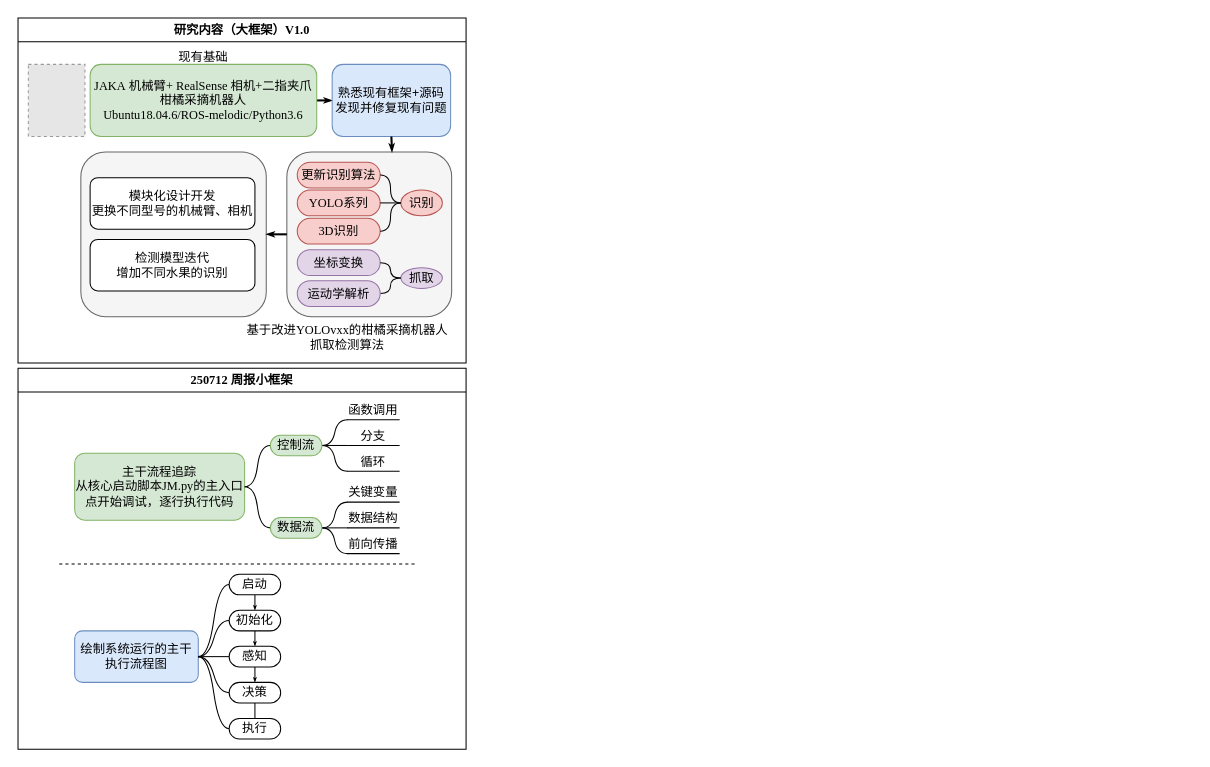
songshimiao/Figure_Chart keeps this draw.io diagram as Orange_robot.drawio. Above is the earlier version. Source tidied: cells renumbered, new cells numbered last; positions are measured from the earlier drawing's top-left corner, leaving out a move shared by most shapes. Both pictures are drawn from the tidied source at 103%, with x=0, y=0 at pixel (18, 18). Pictures stored in the file or linked from it are replaced by grey dashed boxes.
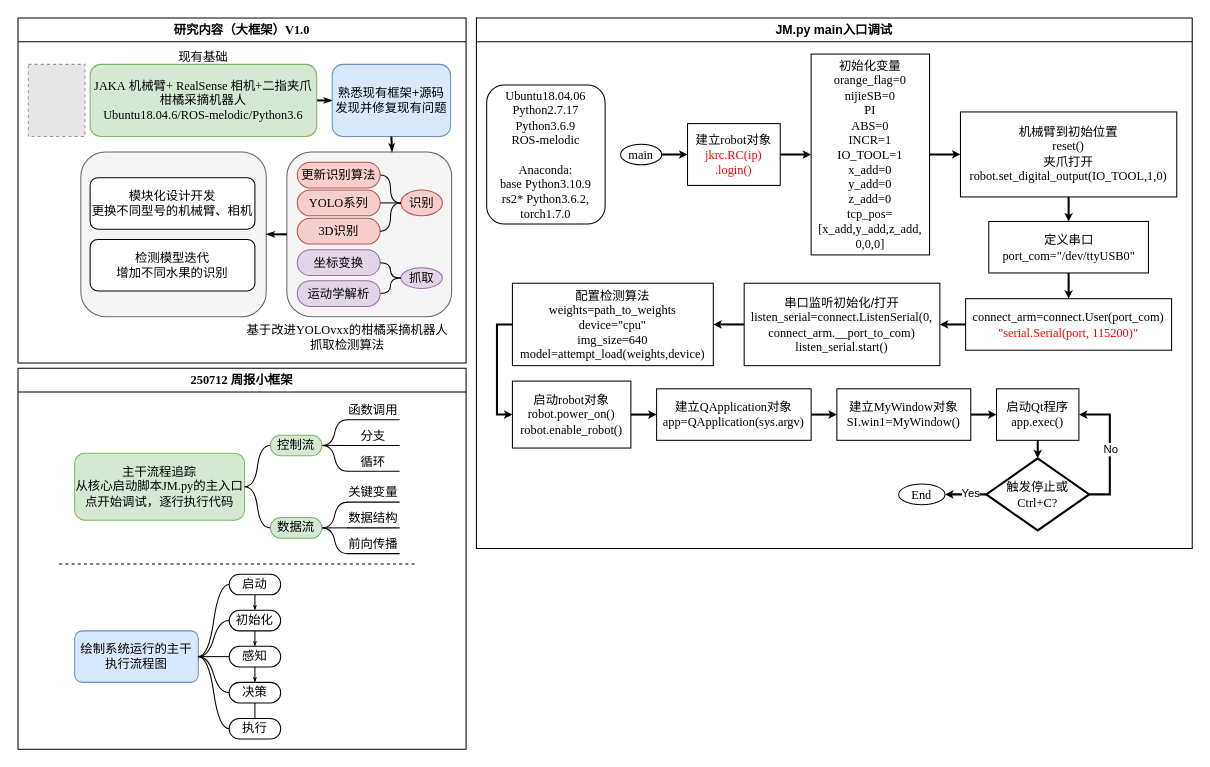
Above is the later version.

Commit message (it also covers changes not shown here):
"增加了JM.py的调试流程图"

What changed in the source:
```diff
@@
+    <mxCell id="74" value="JM.py main入口调试" style="swimlane;whiteSpace=wrap;html=1;" parent="1" vertex="1">
+      <mxGeometry x="445" width="695" height="515" as="geometry" />
+    </mxCell>
+    <mxCell id="75" style="group;" parent="74" vertex="1">
+      <mxGeometry x="10" y="35" width="670" height="462.5" as="geometry" />
+    </mxCell>
+    <mxCell id="76" value="&lt;font face=&quot;Times New Roman&quot;&gt;Ubuntu18.04.06&lt;/font&gt;&lt;div&gt;&lt;font face=&quot;Times New Roman&quot;&gt;Python2.7.17&lt;/font&gt;&lt;/div&gt;&lt;div&gt;&lt;font face=&quot;Times New Roman&quot;&gt;Python3.6.9&lt;/font&gt;&lt;/div&gt;&lt;div&gt;&lt;font face=&quot;Times New Roman&quot;&gt;ROS-melodic&lt;/font&gt;&lt;/div&gt;&lt;div&gt;&lt;font face=&quot;Times New Roman&quot;&gt;&lt;br&gt;&lt;/font&gt;&lt;/div&gt;&lt;div&gt;&lt;font face=&quot;Times New Roman&quot;&gt;Anaconda:&lt;/font&gt;&lt;/div&gt;&lt;div&gt;&lt;font face=&quot;Times New Roman&quot;&gt;base Python3.10.9&lt;/font&gt;&lt;/div&gt;&lt;div&gt;&lt;font face=&quot;Times New Roman&quot;&gt;rs2* Python3.6.2,&lt;/font&gt;&lt;/div&gt;&lt;div&gt;&lt;font face=&quot;Times New Roman&quot;&gt;torch1.7.0&lt;/font&gt;&lt;/div&gt;" style="rounded=1;whiteSpace=wrap;html=1;" parent="75" vertex="1">
+      <mxGeometry y="30" width="115" height="135" as="geometry" />
+    </mxCell>
+    <mxCell id="77" style="edgeStyle=orthogonalEdgeStyle;rounded=0;jettySize=auto;html=1;exitX=1;exitY=0.5;exitDx=0;exitDy=0;entryX=0;entryY=0.5;entryDx=0;entryDy=0;strokeWidth=2;endSize=2;" parent="75" edge="1" source="78" target="80">
+      <mxGeometry relative="1" as="geometry" />
+    </mxCell>
+    <mxCell id="78" value="&lt;font face=&quot;Times New Roman&quot;&gt;main&lt;/font&gt;" style="ellipse;whiteSpace=wrap;html=1;" parent="75" vertex="1">
+      <mxGeometry x="130" y="87.5" width="40" height="20" as="geometry" />
+    </mxCell>
+    <mxCell id="79" style="edgeStyle=orthogonalEdgeStyle;rounded=0;jettySize=auto;html=1;exitX=1;exitY=0.5;exitDx=0;exitDy=0;entryX=0;entryY=0.5;entryDx=0;entryDy=0;strokeWidth=2;endSize=2;" parent="75" edge="1" source="80" target="82">
+      <mxGeometry relative="1" as="geometry" />
+    </mxCell>
+    <mxCell id="80" value="&lt;font face=&quot;宋体&quot;&gt;建立&lt;/font&gt;&lt;font face=&quot;Times New Roman&quot;&gt;robot&lt;/font&gt;&lt;font face=&quot;宋体&quot;&gt;对象&lt;/font&gt;&lt;div&gt;&lt;font style=&quot;color: rgb(255, 0, 0);&quot; face=&quot;Times New Roman&quot;&gt;jkrc.RC(ip)&lt;/font&gt;&lt;/div&gt;&lt;div&gt;&lt;font style=&quot;color: rgb(255, 0, 0);&quot; face=&quot;Times New Roman&quot;&gt;.login()&lt;/font&gt;&lt;/div&gt;" style="rounded=0;whiteSpace=wrap;html=1;" parent="75" vertex="1">
+      <mxGeometry x="195" y="67.5" width="90" height="60" as="geometry" />
+    </mxCell>
+    <mxCell id="81" style="edgeStyle=orthogonalEdgeStyle;rounded=0;jettySize=auto;html=1;exitX=1;exitY=0.5;exitDx=0;exitDy=0;entryX=0;entryY=0.5;entryDx=0;entryDy=0;strokeWidth=2;endSize=2;" parent="75" edge="1" source="82" target="84">
+      <mxGeometry relative="1" as="geometry" />
+    </mxCell>
+    <mxCell id="82" value="&lt;font face=&quot;宋体&quot;&gt;初始化变量&lt;/font&gt;&lt;div&gt;&lt;font face=&quot;Times New Roman&quot;&gt;orange_flag=0&lt;/font&gt;&lt;/div&gt;&lt;div&gt;&lt;font face=&quot;Times New Roman&quot;&gt;nijieSB=0&lt;/font&gt;&lt;/div&gt;&lt;div&gt;&lt;font face=&quot;Times New Roman&quot;&gt;PI&lt;/font&gt;&lt;/div&gt;&lt;div&gt;&lt;font face=&quot;Times New Roman&quot;&gt;ABS=0&lt;/font&gt;&lt;/div&gt;&lt;div&gt;&lt;font face=&quot;Times New Roman&quot;&gt;INCR=1&lt;/font&gt;&lt;/div&gt;&lt;div&gt;&lt;font face=&quot;Times New Roman&quot;&gt;IO_TOOL=1&lt;/font&gt;&lt;/div&gt;&lt;div&gt;&lt;font face=&quot;Times New Roman&quot;&gt;x_add=0&lt;/font&gt;&lt;/div&gt;&lt;div&gt;&lt;font face=&quot;Times New Roman&quot;&gt;y_add=0&lt;/font&gt;&lt;/div&gt;&lt;div&gt;&lt;font face=&quot;Times New Roman&quot;&gt;z_add=0&lt;/font&gt;&lt;/div&gt;&lt;div&gt;&lt;font face=&quot;Times New Roman&quot;&gt;tcp_pos=&lt;/font&gt;&lt;/div&gt;&lt;div&gt;&lt;font face=&quot;Times New Roman&quot;&gt;[x_add,y_add,z_add,&lt;/font&gt;&lt;/div&gt;&lt;div&gt;&lt;font face=&quot;Times New Roman&quot;&gt;0,0,0]&lt;/font&gt;&lt;/div&gt;" style="rounded=0;whiteSpace=wrap;html=1;" parent="75" vertex="1">
+      <mxGeometry x="315" width="115" height="195" as="geometry" />
+    </mxCell>
+    <mxCell id="83" style="edgeStyle=orthogonalEdgeStyle;rounded=0;jettySize=auto;html=1;exitX=0.5;exitY=1;exitDx=0;exitDy=0;entryX=0.5;entryY=0;entryDx=0;entryDy=0;strokeWidth=2;endSize=2;" parent="75" edge="1" source="84" target="86">
+      <mxGeometry relative="1" as="geometry" />
+    </mxCell>
+    <mxCell id="84" value="&lt;font face=&quot;宋体&quot;&gt;机械臂到初始位置&lt;/font&gt;&lt;div&gt;&lt;font face=&quot;Times New Roman&quot;&gt;reset()&lt;/font&gt;&lt;/div&gt;&lt;div&gt;&lt;font face=&quot;宋体&quot;&gt;夹爪打开&lt;/font&gt;&lt;/div&gt;&lt;div&gt;&lt;font face=&quot;Times New Roman&quot;&gt;robot.set_digital_output(IO_TOOL,1,0)&lt;/font&gt;&lt;/div&gt;" style="rounded=0;whiteSpace=wrap;html=1;" parent="75" vertex="1">
+      <mxGeometry x="460" y="56.2" width="210" height="82.5" as="geometry" />
+    </mxCell>
+    <mxCell id="85" style="edgeStyle=orthogonalEdgeStyle;rounded=0;jettySize=auto;html=1;exitX=0.5;exitY=1;exitDx=0;exitDy=0;entryX=0.5;entryY=0;entryDx=0;entryDy=0;strokeWidth=2;endSize=2;" parent="75" edge="1" source="86" target="88">
+      <mxGeometry relative="1" as="geometry" />
+    </mxCell>
+    <mxCell id="86" value="&lt;font face=&quot;宋体&quot;&gt;定义串口&lt;/font&gt;&lt;div&gt;&lt;font face=&quot;Times New Roman&quot;&gt;port_com=&quot;/dev/ttyUSB0&quot;&lt;/font&gt;&lt;/div&gt;" style="rounded=0;whiteSpace=wrap;html=1;" parent="75" vertex="1">
+      <mxGeometry x="487.5" y="162.5" width="155" height="50" as="geometry" />
+    </mxCell>
+    <mxCell id="87" style="edgeStyle=orthogonalEdgeStyle;rounded=0;jettySize=auto;html=1;exitX=0;exitY=0.5;exitDx=0;exitDy=0;entryX=1;entryY=0.5;entryDx=0;entryDy=0;strokeWidth=2;endSize=2;" parent="75" edge="1" source="88" target="90">
+      <mxGeometry relative="1" as="geometry" />
+    </mxCell>
+    <mxCell id="88" value="&lt;font face=&quot;Times New Roman&quot;&gt;connect_arm=connect.User(port_com)&lt;/font&gt;&lt;div&gt;&lt;font style=&quot;color: rgb(255, 0, 0);&quot; face=&quot;Times New Roman&quot;&gt;&quot;serial.Serial(port, 115200)&quot;&lt;/font&gt;&lt;/div&gt;" style="rounded=0;whiteSpace=wrap;html=1;" parent="75" vertex="1">
+      <mxGeometry x="465" y="237.5" width="200" height="50" as="geometry" />
+    </mxCell>
+    <mxCell id="89" style="edgeStyle=orthogonalEdgeStyle;rounded=0;jettySize=auto;html=1;exitX=0;exitY=0.5;exitDx=0;exitDy=0;entryX=1;entryY=0.5;entryDx=0;entryDy=0;strokeWidth=2;endSize=2;" parent="75" edge="1" source="90" target="92">
+      <mxGeometry relative="1" as="geometry" />
+    </mxCell>
+    <mxCell id="90" value="&lt;font face=&quot;宋体&quot;&gt;串口监听初始化/打开&lt;/font&gt;&lt;div&gt;&lt;font face=&quot;Times New Roman&quot;&gt;listen_serial=connect.ListenSerial(0,&lt;/font&gt;&lt;/div&gt;&lt;div&gt;&lt;font face=&quot;Times New Roman&quot;&gt;connect_arm.__port_to_com)&lt;/font&gt;&lt;/div&gt;&lt;div&gt;&lt;font face=&quot;Times New Roman&quot;&gt;listen_serial.start()&lt;/font&gt;&lt;/div&gt;" style="rounded=0;whiteSpace=wrap;html=1;" parent="75" vertex="1">
+      <mxGeometry x="250" y="222.5" width="190" height="80" as="geometry" />
+    </mxCell>
+    <mxCell id="91" style="edgeStyle=orthogonalEdgeStyle;rounded=0;jettySize=auto;html=1;exitX=0;exitY=0.5;exitDx=0;exitDy=0;entryX=0;entryY=0.5;entryDx=0;entryDy=0;strokeWidth=2;endSize=2;" parent="75" edge="1" source="92" target="94">
+      <mxGeometry relative="1" as="geometry">
+        <Array as="points">
+          <mxPoint x="10" y="262.5" />
+          <mxPoint x="10" y="350.5" />
+        </Array>
+      </mxGeometry>
+    </mxCell>
+    <mxCell id="92" value="&lt;font face=&quot;宋体&quot;&gt;配置检测算法&lt;/font&gt;&lt;div&gt;&lt;font face=&quot;Times New Roman&quot;&gt;weights=path_to_weights&lt;/font&gt;&lt;/div&gt;&lt;div&gt;&lt;font face=&quot;Times New Roman&quot;&gt;device=&quot;cpu&quot;&lt;/font&gt;&lt;/div&gt;&lt;div&gt;&lt;font face=&quot;Times New Roman&quot;&gt;img_size=640&lt;/font&gt;&lt;/div&gt;&lt;div&gt;&lt;font face=&quot;Times New Roman&quot;&gt;model=attempt_load(weights,device)&lt;/font&gt;&lt;/div&gt;" style="rounded=0;whiteSpace=wrap;html=1;" parent="75" vertex="1">
+      <mxGeometry x="25" y="222.5" width="195" height="80" as="geometry" />
+    </mxCell>
+    <mxCell id="93" style="edgeStyle=orthogonalEdgeStyle;rounded=0;jettySize=auto;html=1;exitX=1;exitY=0.5;exitDx=0;exitDy=0;entryX=0;entryY=0.5;entryDx=0;entryDy=0;strokeWidth=2;endSize=2;" parent="75" edge="1" source="94" target="96">
+      <mxGeometry relative="1" as="geometry" />
+    </mxCell>
+    <mxCell id="94" value="&lt;font face=&quot;宋体&quot;&gt;启动&lt;/font&gt;&lt;font face=&quot;Times New Roman&quot;&gt;robot&lt;/font&gt;&lt;font face=&quot;宋体&quot;&gt;对象&lt;/font&gt;&lt;div&gt;&lt;font face=&quot;Times New Roman&quot;&gt;robot.power_on()&lt;/font&gt;&lt;/div&gt;&lt;div&gt;&lt;font face=&quot;Times New Roman&quot;&gt;robot.enable_robot()&lt;/font&gt;&lt;/div&gt;" style="rounded=0;whiteSpace=wrap;html=1;" parent="75" vertex="1">
+      <mxGeometry x="25" y="317.5" width="115" height="65" as="geometry" />
+    </mxCell>
+    <mxCell id="95" style="edgeStyle=orthogonalEdgeStyle;rounded=0;jettySize=auto;html=1;exitX=1;exitY=0.5;exitDx=0;exitDy=0;entryX=0;entryY=0.5;entryDx=0;entryDy=0;strokeWidth=2;endSize=2;" parent="75" edge="1" source="96" target="98">
+      <mxGeometry relative="1" as="geometry" />
+    </mxCell>
+    <mxCell id="96" value="&lt;font face=&quot;宋体&quot;&gt;建立&lt;/font&gt;&lt;font face=&quot;Times New Roman&quot;&gt;QApplication&lt;/font&gt;&lt;font face=&quot;宋体&quot;&gt;对象&lt;/font&gt;&lt;div&gt;&lt;font face=&quot;Times New Roman&quot;&gt;app=QApplication(sys.argv)&lt;/font&gt;&lt;/div&gt;" style="rounded=0;whiteSpace=wrap;html=1;" parent="75" vertex="1">
+      <mxGeometry x="165" y="325" width="150" height="50" as="geometry" />
+    </mxCell>
+    <mxCell id="97" style="edgeStyle=orthogonalEdgeStyle;rounded=0;jettySize=auto;html=1;exitX=1;exitY=0.5;exitDx=0;exitDy=0;entryX=0;entryY=0.5;entryDx=0;entryDy=0;strokeWidth=2;endSize=2;" parent="75" edge="1" source="98" target="99">
+      <mxGeometry relative="1" as="geometry" />
+    </mxCell>
+    <mxCell id="98" value="&lt;font face=&quot;宋体&quot;&gt;建立&lt;/font&gt;&lt;font face=&quot;Times New Roman&quot;&gt;MyWindow&lt;/font&gt;&lt;font face=&quot;宋体&quot;&gt;对象&lt;/font&gt;&lt;div&gt;&lt;font face=&quot;Times New Roman&quot;&gt;SI.win1=MyWindow()&lt;/font&gt;&lt;/div&gt;" style="rounded=0;whiteSpace=wrap;html=1;" parent="75" vertex="1">
+      <mxGeometry x="340" y="325" width="130" height="50" as="geometry" />
+    </mxCell>
+    <mxCell id="99" value="&lt;font face=&quot;宋体&quot;&gt;启动&lt;/font&gt;&lt;font face=&quot;Times New Roman&quot;&gt;Qt&lt;/font&gt;&lt;font face=&quot;宋体&quot;&gt;程序&lt;/font&gt;&lt;div&gt;&lt;font face=&quot;Times New Roman&quot;&gt;app.exec()&lt;/font&gt;&lt;/div&gt;" style="rounded=0;whiteSpace=wrap;html=1;" parent="75" vertex="1">
+      <mxGeometry x="495" y="325" width="80" height="50" as="geometry" />
+    </mxCell>
+    <mxCell id="100" style="edgeStyle=orthogonalEdgeStyle;rounded=0;jettySize=auto;html=1;exitX=1;exitY=0.5;exitDx=0;exitDy=0;exitPerimeter=0;entryX=1;entryY=0.5;entryDx=0;entryDy=0;strokeWidth=2;endSize=2;" parent="75" edge="1" source="104" target="99">
+      <mxGeometry relative="1" as="geometry" />
+    </mxCell>
+    <mxCell id="101" value="No" style="edgeLabel;html=1;align=center;verticalAlign=middle;" parent="100" vertex="1">
+      <mxGeometry relative="1" as="geometry" />
+    </mxCell>
+    <mxCell id="102" style="edgeStyle=orthogonalEdgeStyle;rounded=0;jettySize=auto;html=1;exitX=0;exitY=0.5;exitDx=0;exitDy=0;exitPerimeter=0;entryX=1;entryY=0.5;entryDx=0;entryDy=0;strokeWidth=2;endSize=2;" parent="75" edge="1" source="104" target="106">
+      <mxGeometry relative="1" as="geometry" />
+    </mxCell>
+    <mxCell id="103" value="Yes" style="edgeLabel;html=1;align=center;verticalAlign=middle;" parent="102" vertex="1">
+      <mxGeometry x="-0.22" y="-1" relative="1" as="geometry" />
+    </mxCell>
+    <mxCell id="104" value="&lt;font face=&quot;宋体&quot;&gt;触发停止或&lt;/font&gt;&lt;div&gt;&lt;font face=&quot;Times New Roman&quot;&gt;Ctrl+C?&lt;/font&gt;&lt;/div&gt;" style="strokeWidth=2;html=1;shape=mxgraph.flowchart.decision;whiteSpace=wrap;" parent="75" vertex="1">
+      <mxGeometry x="485" y="392.5" width="100" height="70" as="geometry" />
+    </mxCell>
+    <mxCell id="105" style="edgeStyle=orthogonalEdgeStyle;rounded=0;jettySize=auto;html=1;exitX=0.5;exitY=1;exitDx=0;exitDy=0;entryX=0.5;entryY=0;entryDx=0;entryDy=0;entryPerimeter=0;strokeWidth=2;endSize=2;" parent="75" edge="1" source="99" target="104">
+      <mxGeometry relative="1" as="geometry" />
+    </mxCell>
+    <mxCell id="106" value="&lt;font face=&quot;Times New Roman&quot;&gt;End&lt;/font&gt;" style="ellipse;whiteSpace=wrap;html=1;" parent="75" vertex="1">
+      <mxGeometry x="400" y="417.5" width="45" height="20" as="geometry" />
+    </mxCell>
```
